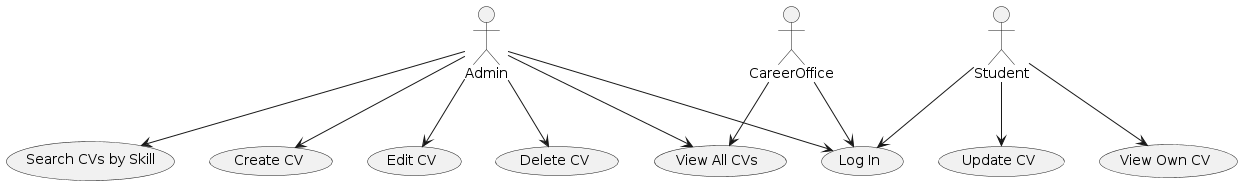
Before: diagrams/caseDiagram.png, a diagram exported from PlantUML (vkourakos/CVManagerApp). The source it was exported from:
```plantuml
@startuml
actor Student
actor Admin
actor CareerOffice

usecase UC1 as "Log In"
usecase UC2 as "Update CV"
usecase UC3 as "Search CVs by Skill"
usecase UC4 as "View All CVs"
usecase UC5 as "Create CV"
usecase UC6 as "Edit CV"
usecase UC7 as "Delete CV"
usecase UC8 as "View Own CV"

Student --> UC1
Student --> UC2
Student --> UC8

Admin --> UC1
Admin --> UC3
Admin --> UC4
Admin --> UC5
Admin --> UC6
Admin --> UC7

CareerOffice --> UC1
CareerOffice --> UC4
@enduml
```
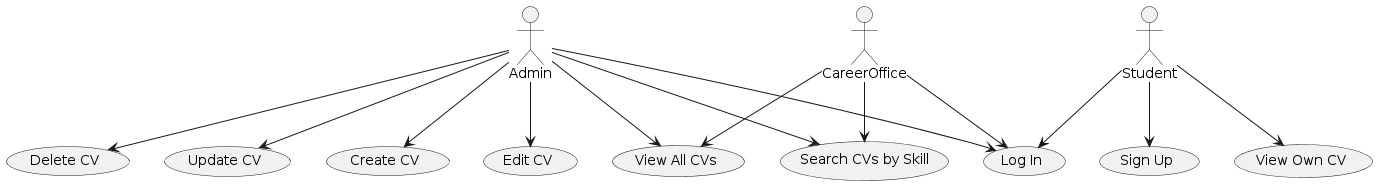
The same file after the commit.

The edit, as a diff of the source:
```diff
@@ -11,12 +11,14 @@
 usecase UC6 as "Edit CV"
 usecase UC7 as "Delete CV"
 usecase UC8 as "View Own CV"
+usecase UC9 as "Sign Up"
 
 Student --> UC1
-Student --> UC2
 Student --> UC8
+Student --> UC9
 
 Admin --> UC1
+Admin --> UC2
 Admin --> UC3
 Admin --> UC4
 Admin --> UC5
@@ -25,4 +27,5 @@
 
 CareerOffice --> UC1
 CareerOffice --> UC4
+CareerOffice --> UC3
 @enduml
```
